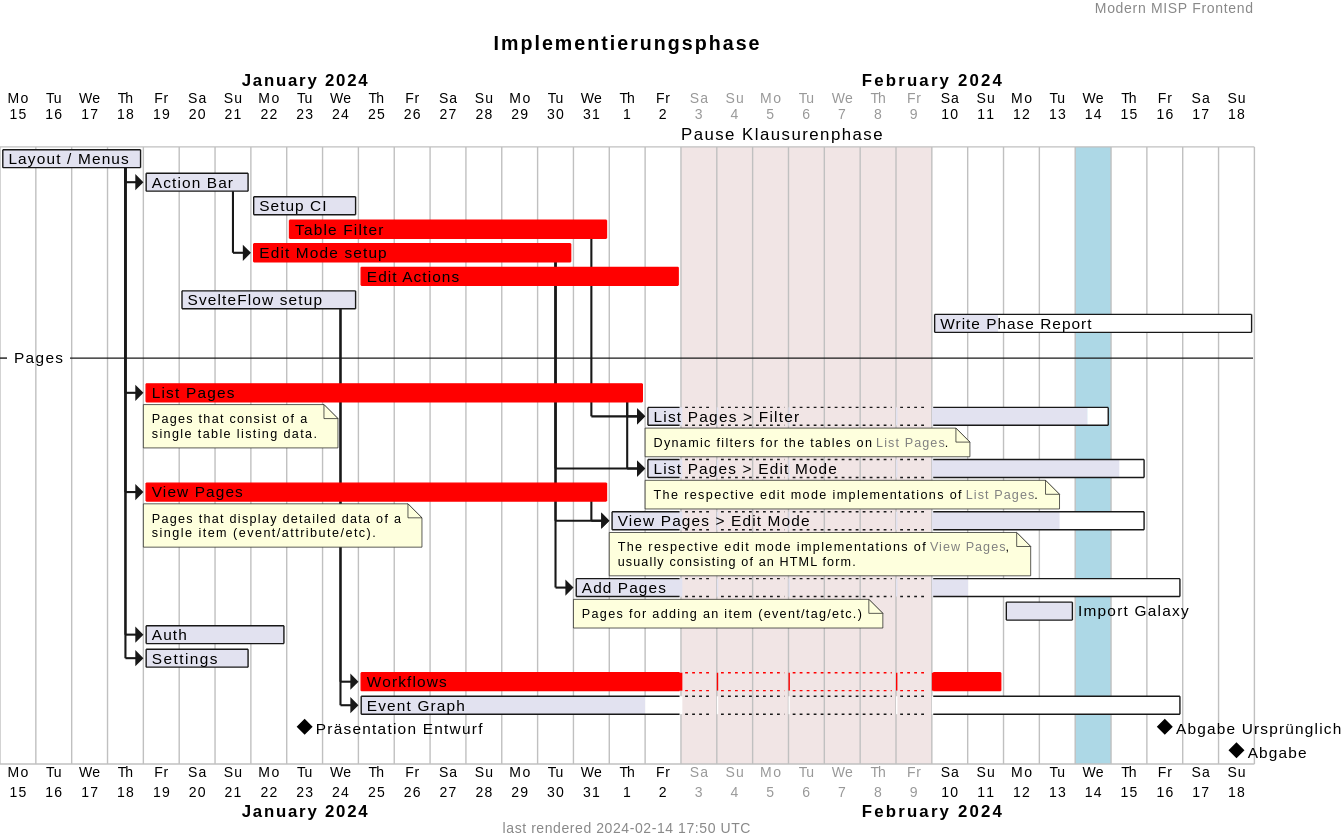
Earlier version of the PlantUML export docs/implementation_report/docs/ganttChart.svg (Modern-MISP/frontend).
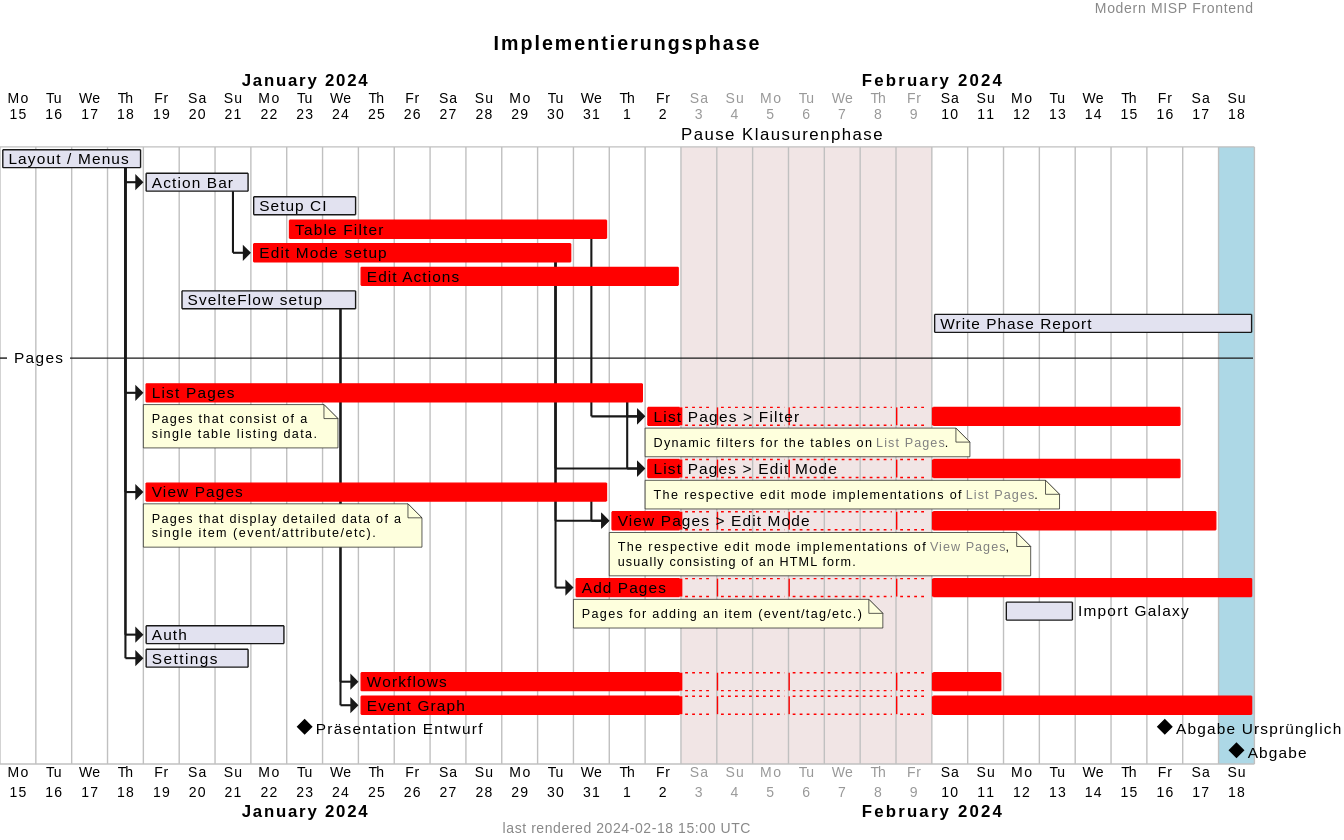
Above is the later version.

Commit message:
Auto-generated docs for 'final gantt chart update'

The edit, as a diff of the source:
```diff
@@ -14,18 +14,18 @@
 [Edit Mode setup] requires 9 days and is 100% complete and is colored in red
 [Edit Actions] requires 9 days and is 100% complete and is colored in red
 [SvelteFlow setup] requires 5 days and is 100% complete
-[Write Phase Report] requires 9 days and is 20% complete
+[Write Phase Report] requires 9 days and is 100% complete
 -- Pages --
 [List Pages] requires 14 days and is 100% complete and is colored in red
 note bottom
     Pages that consist of a
     single table listing data.
 end note
-[List Pages > Filter] requires 6 days and is 90% complete
+[List Pages > Filter] requires 8 days and is 100% complete and is colored in red
 note bottom
     Dynamic filters for the tables on <color:gray>List Pages</color>.
 end note
-[List Pages > Edit Mode] requires 7 days and is 90% complete
+[List Pages > Edit Mode] requires 8 days and is 100% complete and is colored in red
 note bottom
     The respective edit mode implementations of <color:gray>List Pages</color>.
 end note
@@ -34,12 +34,12 @@
     Pages that display detailed data of a
     single item (event/attribute/etc).
 end note
-[View Pages > Edit Mode] requires 8 days and is 70% complete
+[View Pages > Edit Mode] requires 10 days and is 100% complete and is colored in red
 note bottom
     The respective edit mode implementations of <color:gray>View Pages</color>,
     usually consisting of an HTML form.
 end note
-[Add Pages] requires 10 days and is 40% complete
+[Add Pages] requires 12 days and is 100% complete and is colored in red
 note bottom
     Pages for adding an item (event/tag/etc.)
 end note
@@ -47,7 +47,7 @@
 [Auth] requires 4 days
 [Settings] requires 3 days
 [Workflows] requires 11 days and is 100% complete and is colored in red
-[Event Graph] requires 16 days and is 50% complete
+[Event Graph] requires 18 days and is 100% complete and is colored in red
 
 Project starts 2024-01-15
 [Layout / Menus] starts at D+0
```
